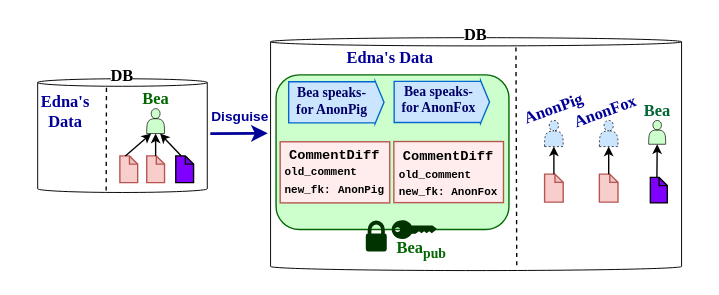
Above: page "Design" (3 of 17) of thesis/figs/edna.drawio in tslilyai/thesis (draw.io), before the change. Source tidied: cells renumbered, new cells numbered last; positions are measured from the earlier drawing's top-left corner, leaving out a move shared by most shapes. Both pictures are drawn from the tidied source at 137%, with x=0, y=0 at pixel (23, 37).
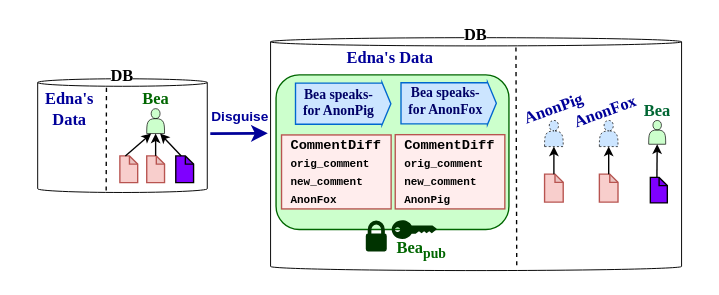
Above is the later version.

Change to the diagram source:
```diff
@@
     <mxCell id="4" style="shape=flexArrow;endArrow=classic;html=1;rounded=0;width=30;endSize=1.8272727272727274;spacing=0;align=left;strokeColor=#0067CF;fillColor=#cce5ff;entryX=1;entryY=0.75;entryDx=0;entryDy=0;endWidth=0;" parent="1" edge="1">
       <mxGeometry relative="1" as="geometry">
-        <mxPoint x="192.7" y="47.2" as="sourcePoint" />
-        <mxPoint x="263.3" y="47.2" as="targetPoint" />
+        <mxPoint x="197.7" y="48.2" as="sourcePoint" />
+        <mxPoint x="268.3" y="48.2" as="targetPoint" />
       </mxGeometry>
     </mxCell>
     <mxCell id="5" value="Bea speaks-for AnonPig" style="text;fontSize=10;fontFamily=Times New Roman;align=center;whiteSpace=wrap;html=1;fontColor=#000066;fontStyle=1;" parent="1" vertex="1">
-      <mxGeometry x="194.8" y="28.2" width="59.6" height="20" as="geometry" />
+      <mxGeometry x="199.8" y="29.2" width="59.6" height="20" as="geometry" />
     </mxCell>
@@
     <mxCell id="10" value="Edna's&lt;br&gt;Data" style="text;html=1;align=center;verticalAlign=middle;strokeColor=none;fillColor=none;fontSize=12;fontFamily=Times New Roman;fontColor=#000099;fontStyle=1;" parent="1" vertex="1">
-      <mxGeometry y="34.2" width="60" height="40" as="geometry" />
+      <mxGeometry x="3" y="32" width="60" height="40" as="geometry" />
     </mxCell>
@@
     <mxCell id="30" style="shape=flexArrow;endArrow=classic;html=1;rounded=0;width=30;endSize=1.8272727272727274;spacing=0;align=left;strokeColor=#0067CF;fillColor=#cce5ff;entryX=1;entryY=0.75;entryDx=0;entryDy=0;endWidth=0;" parent="1" edge="1">
       <mxGeometry relative="1" as="geometry">
-        <mxPoint x="269.7" y="46.9" as="sourcePoint" />
-        <mxPoint x="340.3" y="46.9" as="targetPoint" />
+        <mxPoint x="274.7" y="47.9" as="sourcePoint" />
+        <mxPoint x="345.3" y="47.9" as="targetPoint" />
       </mxGeometry>
     </mxCell>
     <mxCell id="31" value="Bea speaks-for AnonFox" style="text;fontSize=10;fontFamily=Times New Roman;align=center;whiteSpace=wrap;html=1;fontColor=#000066;fontStyle=1;" parent="1" vertex="1">
-      <mxGeometry x="273" y="27.2" width="59.6" height="20" as="geometry" />
+      <mxGeometry x="278" y="28.2" width="59.6" height="20" as="geometry" />
     </mxCell>
-    <mxCell id="32" value="&lt;p style=&quot;border-color: var(--border-color); line-height: 3.5px; font-size: 10px;&quot;&gt;&lt;font style=&quot;border-color: var(--border-color); font-size: 10px;&quot; face=&quot;Courier New&quot;&gt;&lt;span style=&quot;border-color: var(--border-color); font-size: 10px;&quot;&gt;CommentDiff&lt;/span&gt;&lt;/font&gt;&lt;/p&gt;&lt;p style=&quot;text-align: left; border-color: var(--border-color); line-height: 20%; font-size: 8px;&quot;&gt;&lt;span style=&quot;border-color: var(--border-color); background-color: initial;&quot;&gt;&lt;font style=&quot;font-size: 8px;&quot; face=&quot;Courier New&quot;&gt;old_comment&lt;/font&gt;&lt;/span&gt;&lt;/p&gt;&lt;p style=&quot;text-align: left; border-color: var(--border-color); line-height: 20%;&quot;&gt;&lt;span style=&quot;background-color: initial; font-family: &amp;quot;Courier New&amp;quot;;&quot;&gt;&lt;font style=&quot;font-size: 8px;&quot;&gt;new_fk:&lt;/font&gt;&lt;font style=&quot;font-size: 9px;&quot;&gt; &lt;/font&gt;&lt;font style=&quot;font-size: 8px;&quot;&gt;AnonPig&lt;/font&gt;&lt;/span&gt;&lt;/p&gt;" style="rounded=0;whiteSpace=wrap;html=1;spacing=4;fontSize=10;fontFamily=Times New Roman;fillColor=#FFEDED;strokeColor=#b85450;spacingBottom=0;fontStyle=1;" parent="1" vertex="1">
-      <mxGeometry x="187" y="76" width="80" height="44.6" as="geometry" />
+    <mxCell id="32" value="&lt;p style=&quot;border-color: var(--border-color); line-height: 3.5px; font-size: 10px;&quot;&gt;&lt;font style=&quot;border-color: var(--border-color); font-size: 10px;&quot; face=&quot;Courier New&quot;&gt;&lt;span style=&quot;border-color: var(--border-color); font-size: 10px;&quot;&gt;CommentDiff&lt;/span&gt;&lt;/font&gt;&lt;/p&gt;&lt;p style=&quot;text-align: left; border-color: var(--border-color); line-height: 20%; font-size: 8px;&quot;&gt;&lt;span style=&quot;border-color: var(--border-color); background-color: initial;&quot;&gt;&lt;font style=&quot;font-size: 8px;&quot; face=&quot;Courier New&quot;&gt;orig&lt;/font&gt;&lt;/span&gt;&lt;span style=&quot;font-family: &amp;quot;Courier New&amp;quot;; background-color: initial;&quot;&gt;_comment&lt;/span&gt;&lt;/p&gt;&lt;p style=&quot;text-align: left; border-color: var(--border-color); line-height: 20%;&quot;&gt;&lt;font face=&quot;Courier New&quot;&gt;&lt;span style=&quot;font-size: 8px;&quot;&gt;new_comment&lt;/span&gt;&lt;/font&gt;&lt;/p&gt;&lt;p style=&quot;text-align: left; border-color: var(--border-color); line-height: 20%;&quot;&gt;&lt;font face=&quot;Courier New&quot;&gt;&lt;span style=&quot;font-size: 8px;&quot;&gt;AnonFox&lt;/span&gt;&lt;/font&gt;&lt;/p&gt;" style="rounded=0;whiteSpace=wrap;html=1;spacing=4;fontSize=10;fontFamily=Times New Roman;fillColor=#FFEDED;strokeColor=#b85450;spacingBottom=0;fontStyle=1;" parent="1" vertex="1">
+      <mxGeometry x="188" y="71" width="80" height="54" as="geometry" />
     </mxCell>
-    <mxCell id="33" value="&lt;p style=&quot;border-color: var(--border-color); line-height: 3.5px; font-size: 10px;&quot;&gt;&lt;font style=&quot;border-color: var(--border-color); font-size: 10px;&quot; face=&quot;Courier New&quot;&gt;&lt;span style=&quot;border-color: var(--border-color); font-size: 10px;&quot;&gt;CommentDiff&lt;/span&gt;&lt;/font&gt;&lt;/p&gt;&lt;p style=&quot;text-align: left; border-color: var(--border-color); line-height: 3.5px; font-size: 8px;&quot;&gt;&lt;font style=&quot;font-size: 8px;&quot;&gt;&lt;font style=&quot;font-size: 8px;&quot; face=&quot;Courier New&quot;&gt;old_comment&lt;/font&gt;&lt;br style=&quot;&quot;&gt;&lt;/font&gt;&lt;/p&gt;&lt;p style=&quot;text-align: left; border-color: var(--border-color); line-height: 3.5px; font-size: 8px;&quot;&gt;&lt;span style=&quot;background-color: initial; border-color: var(--border-color);&quot;&gt;&lt;font face=&quot;Courier New&quot; style=&quot;font-size: 8px;&quot;&gt;new_fk: AnonFox&lt;/font&gt;&lt;/span&gt;&lt;/p&gt;" style="rounded=0;whiteSpace=wrap;html=1;spacing=4;fontSize=10;fontFamily=Times New Roman;fillColor=#FFEDED;strokeColor=#b85450;spacingBottom=0;fontStyle=1;" parent="1" vertex="1">
-      <mxGeometry x="270" y="75.8" width="80" height="44.6" as="geometry" />
+    <mxCell id="33" value="&lt;p style=&quot;border-color: var(--border-color); line-height: 3.5px; font-size: 10px;&quot;&gt;&lt;font style=&quot;border-color: var(--border-color); font-size: 10px;&quot; face=&quot;Courier New&quot;&gt;&lt;span style=&quot;border-color: var(--border-color); font-size: 10px;&quot;&gt;CommentDiff&lt;/span&gt;&lt;/font&gt;&lt;/p&gt;&lt;p style=&quot;border-color: var(--border-color); text-align: left; line-height: 1.6px; font-size: 8px;&quot;&gt;&lt;font style=&quot;border-color: var(--border-color);&quot; face=&quot;Courier New&quot;&gt;orig&lt;/font&gt;&lt;span style=&quot;border-color: var(--border-color); font-family: &amp;quot;Courier New&amp;quot;; background-color: initial;&quot;&gt;_comment&lt;/span&gt;&lt;/p&gt;&lt;p style=&quot;border-color: var(--border-color); text-align: left; line-height: 2px;&quot;&gt;&lt;font style=&quot;border-color: var(--border-color);&quot; face=&quot;Courier New&quot;&gt;&lt;span style=&quot;border-color: var(--border-color); font-size: 8px;&quot;&gt;new_comment&lt;/span&gt;&lt;/font&gt;&lt;/p&gt;&lt;p style=&quot;border-color: var(--border-color); text-align: left; line-height: 2px;&quot;&gt;&lt;font style=&quot;border-color: var(--border-color);&quot; face=&quot;Courier New&quot;&gt;&lt;span style=&quot;border-color: var(--border-color); font-size: 8px;&quot;&gt;AnonPig&lt;/span&gt;&lt;/font&gt;&lt;/p&gt;" style="rounded=0;whiteSpace=wrap;html=1;spacing=4;fontSize=10;fontFamily=Times New Roman;fillColor=#FFEDED;strokeColor=#b85450;spacingBottom=0;fontStyle=1;" parent="1" vertex="1">
+      <mxGeometry x="271" y="70.8" width="80" height="54.2" as="geometry" />
     </mxCell>
```
